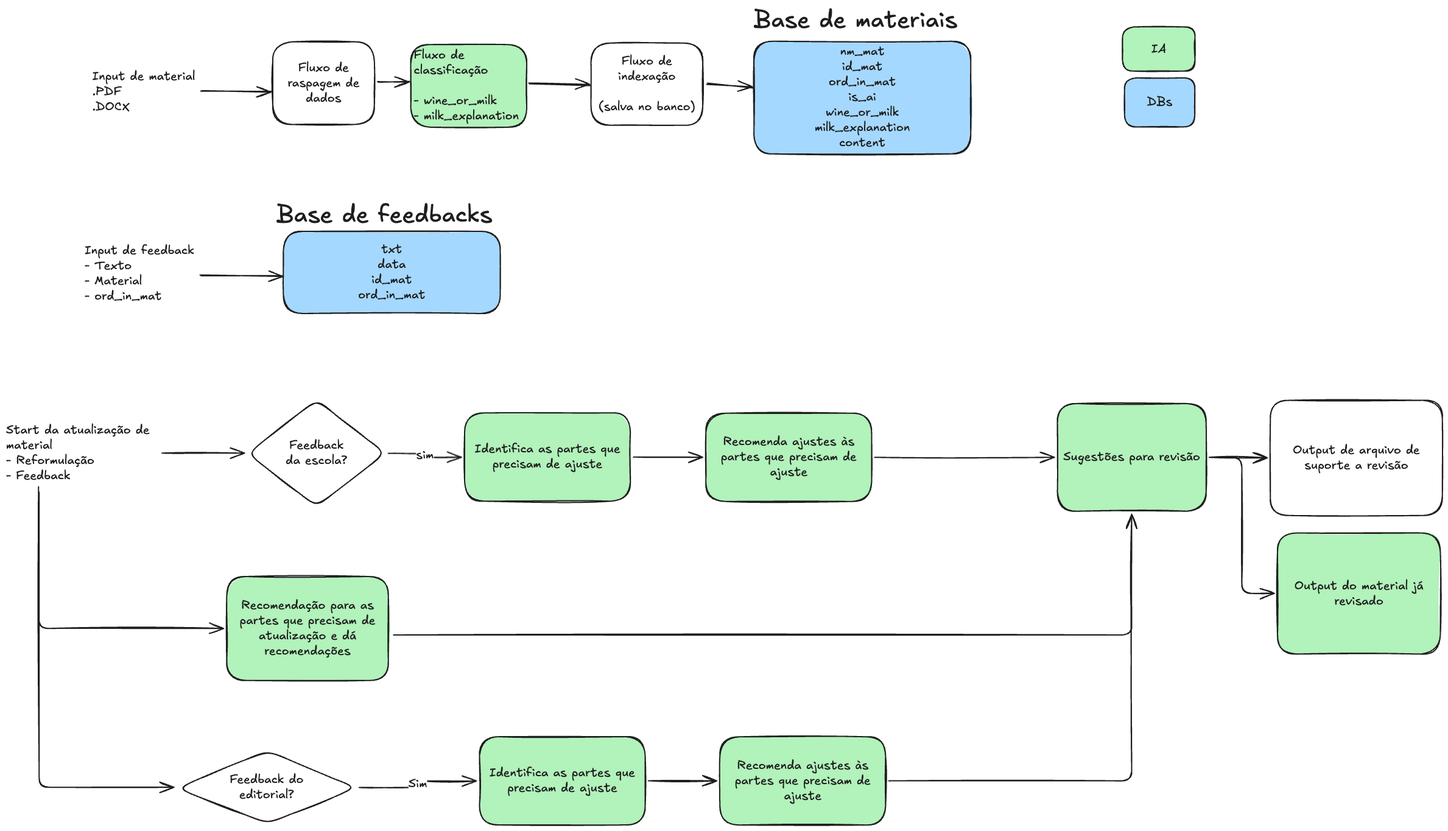
PatrickLdArco/hackathon-dsci-2025 keeps this Excalidraw diagram as images/fluxo.excalidraw.png. Above is the earlier version. Source tidied: one line per element, renumbered; positions are measured from the earlier drawing's top-left corner, leaving out a move shared by most shapes.
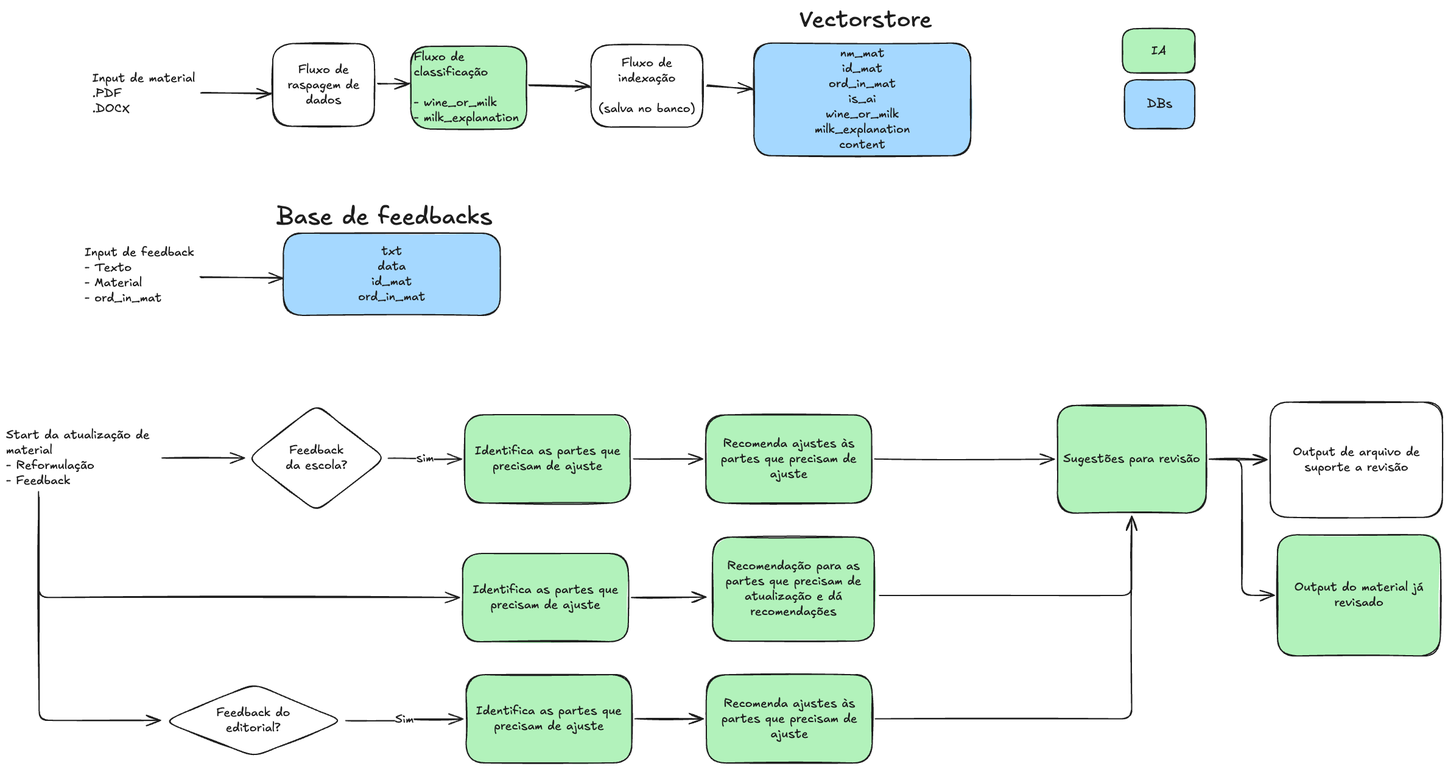
The same file after the commit.

The edit, as a diff of the source:
```diff
@@ -1,6 +1,6 @@
 {"id": 0, "type": "rectangle", "strokeColor": "#1e1e1e", "backgroundColor": "#a5d8ff", "fillStyle": "solid", "strokeWidth": 2, "roughness": 1, "round": true, "x": 1228, "y": 58, "width": 356, "height": 185}
 {"id": 1, "type": "text", "text": "nm_mat\nid_mat\nord_in_mat\nis_ai\nwine_or_milk\nmilk_explanation\ncontent", "strokeColor": "#1e1e1e", "strokeWidth": 2, "roughness": 1, "fontSize": 20, "fontFamily": 5, "textAlign": "center", "verticalAlign": "middle", "inside": 0, "x": 1328, "y": 63, "width": 157, "height": 175}
-{"id": 2, "type": "text", "text": "Base de materiais", "strokeColor": "#1e1e1e", "strokeWidth": 2, "roughness": 1, "fontSize": 38.41, "fontFamily": 5, "x": 1227, "y": 0, "width": 348, "height": 48}
+{"id": 2, "type": "text", "text": "Vectorstore", "strokeColor": "#1e1e1e", "strokeWidth": 2, "roughness": 1, "fontSize": 37.64, "fontFamily": 5, "textAlign": "center", "x": 1241, "y": -3, "width": 341, "height": 47}
 {"id": 3, "type": "text", "text": "Input de material\n.PDF\n.DOCX", "strokeColor": "#1e1e1e", "strokeWidth": 2, "roughness": 1, "fontSize": 20, "fontFamily": 5, "x": 141, "y": 103, "width": 169, "height": 75}
 {"id": 4, "type": "rectangle", "strokeColor": "#1e1e1e", "strokeWidth": 2, "roughness": 1, "round": true, "x": 438, "y": 59, "width": 167, "height": 136}
 {"id": 5, "type": "text", "text": "Fluxo de\nraspagem de\ndados", "strokeColor": "#1e1e1e", "strokeWidth": 2, "roughness": 1, "fontSize": 20, "fontFamily": 5, "textAlign": "center", "verticalAlign": "middle", "inside": 4, "x": 462, "y": 89, "width": 118, "height": 75}
@@ -21,13 +21,13 @@
 {"id": 20, "type": "text", "text": "IA", "strokeColor": "#1e1e1e", "backgroundColor": "#b2f2bb", "fillStyle": "solid", "strokeWidth": 2, "roughness": 1, "fontSize": 20, "fontFamily": 5, "textAlign": "center", "verticalAlign": "middle", "inside": 19, "x": 1881, "y": 58, "width": 24, "height": 25}
 {"id": 21, "type": "rectangle", "strokeColor": "#1e1e1e", "backgroundColor": "#a5d8ff", "fillStyle": "solid", "strokeWidth": 2, "roughness": 1, "round": true, "x": 1837, "y": 118, "width": 115, "height": 81}
 {"id": 22, "type": "text", "text": "DBs", "strokeColor": "#1e1e1e", "backgroundColor": "#b2f2bb", "fillStyle": "solid", "strokeWidth": 2, "roughness": 1, "fontSize": 20, "fontFamily": 5, "textAlign": "center", "verticalAlign": "middle", "inside": 21, "x": 1874, "y": 146, "width": 42, "height": 25}
-{"id": 23, "type": "text", "text": "Start da atualização de\nmaterial\n- Reformulação\n- Feedback", "strokeColor": "#1e1e1e", "backgroundColor": "#a5d8ff", "fillStyle": "solid", "strokeWidth": 2, "roughness": 1, "fontSize": 20, "fontFamily": 5, "x": 0, "y": 684, "width": 251, "height": 100}
+{"id": 23, "type": "text", "text": "Start da atualização de\nmaterial\n- Reformulação\n- Feedback", "strokeColor": "#1e1e1e", "backgroundColor": "#a5d8ff", "fillStyle": "solid", "strokeWidth": 2, "roughness": 1, "fontSize": 20, "fontFamily": 5, "x": 0, "y": 689, "width": 251, "height": 100}
-{"id": 24, "type": "diamond", "strokeColor": "#1e1e1e", "strokeWidth": 2, "roughness": 1, "round": true, "x": 397, "y": 647, "width": 226, "height": 175}
+{"id": 24, "type": "diamond", "strokeColor": "#1e1e1e", "strokeWidth": 2, "roughness": 1, "round": true, "x": 397, "y": 652, "width": 226, "height": 175}
-{"id": 25, "type": "text", "text": "Feedback\nda escola?", "strokeColor": "#1e1e1e", "backgroundColor": "#a5d8ff", "fillStyle": "solid", "strokeWidth": 2, "roughness": 1, "fontSize": 20, "fontFamily": 5, "textAlign": "center", "verticalAlign": "middle", "inside": 24, "x": 459, "y": 710, "width": 101, "height": 50}
+{"id": 25, "type": "text", "text": "Feedback\nda escola?", "strokeColor": "#1e1e1e", "backgroundColor": "#a5d8ff", "fillStyle": "solid", "strokeWidth": 2, "roughness": 1, "fontSize": 20, "fontFamily": 5, "textAlign": "center", "verticalAlign": "middle", "inside": 24, "x": 459, "y": 715, "width": 101, "height": 50}
-{"id": 26, "type": "rectangle", "strokeColor": "#1e1e1e", "backgroundColor": "#b2f2bb", "fillStyle": "solid", "strokeWidth": 2, "roughness": 1, "round": true, "x": 362, "y": 937, "width": 265, "height": 171}
+{"id": 26, "type": "rectangle", "strokeColor": "#1e1e1e", "backgroundColor": "#b2f2bb", "fillStyle": "solid", "strokeWidth": 2, "roughness": 1, "round": true, "x": 1160, "y": 869, "width": 265, "height": 171}
-{"id": 27, "type": "text", "text": "Recomendação para as\npartes que precisam de\natualização e dá\nrecomendações", "strokeColor": "#1e1e1e", "strokeWidth": 2, "roughness": 1, "fontSize": 20, "fontFamily": 5, "textAlign": "center", "verticalAlign": "middle", "inside": 26, "x": 384, "y": 972, "width": 223, "height": 100}
+{"id": 27, "type": "text", "text": "Recomendação para as\npartes que precisam de\natualização e dá\nrecomendações", "strokeColor": "#1e1e1e", "strokeWidth": 2, "roughness": 1, "fontSize": 20, "fontFamily": 5, "textAlign": "center", "verticalAlign": "middle", "inside": 26, "x": 1182, "y": 905, "width": 223, "height": 100}
 {"id": 28, "type": "rectangle", "strokeColor": "#1e1e1e", "backgroundColor": "#b2f2bb", "fillStyle": "solid", "strokeWidth": 2, "roughness": 1, "round": true, "x": 1149, "y": 669, "width": 272, "height": 145}
-{"id": 29, "type": "text", "text": "Recomenda ajustes às\npartes que precisam de\najuste", "strokeColor": "#1e1e1e", "backgroundColor": "#b2f2bb", "fillStyle": "solid", "strokeWidth": 2, "roughness": 1, "fontSize": 20, "fontFamily": 5, "textAlign": "center", "verticalAlign": "middle", "inside": 28, "x": 1174, "y": 704, "width": 223, "height": 75}
+{"id": 29, "type": "text", "text": "Recomenda ajustes às\npartes que precisam de\najuste", "strokeColor": "#1e1e1e", "backgroundColor": "#b2f2bb", "fillStyle": "solid", "strokeWidth": 2, "roughness": 1, "fontSize": 20, "fontFamily": 5, "textAlign": "center", "verticalAlign": "middle", "inside": 28, "x": 1174, "y": 703, "width": 223, "height": 75}
 {"id": 30, "type": "rectangle", "strokeColor": "#1e1e1e", "backgroundColor": "#b2f2bb", "fillStyle": "solid", "strokeWidth": 2, "roughness": 1, "round": true, "x": 1727, "y": 653, "width": 244, "height": 177}
 {"id": 31, "type": "text", "text": "Sugestões para revisão", "strokeColor": "#1e1e1e", "backgroundColor": "#b2f2bb", "fillStyle": "solid", "strokeWidth": 2, "roughness": 1, "fontSize": 20, "fontFamily": 5, "textAlign": "center", "verticalAlign": "middle", "inside": 30, "x": 1736, "y": 729, "width": 225, "height": 25}
 {"id": 32, "type": "rectangle", "strokeColor": "#1e1e1e", "strokeWidth": 2, "roughness": 1, "round": true, "x": 2076, "y": 648, "width": 283, "height": 189}
@@ -37,22 +37,25 @@
 {"id": 36, "type": "arrow", "strokeColor": "#1e1e1e", "backgroundColor": "#b2f2bb", "fillStyle": "solid", "strokeWidth": 2, "roughness": 1, "endArrowhead": "arrow", "from": 30, "to": 32, "x": 1976, "y": 741, "width": 95, "height": 1, "points": [[0, 0], [95, 1]]}
 {"id": 37, "type": "arrow", "strokeColor": "#1e1e1e", "backgroundColor": "#b2f2bb", "fillStyle": "solid", "strokeWidth": 2, "roughness": 1, "endArrowhead": "arrow", "from": 30, "to": 34, "x": 1976, "y": 741, "width": 107, "height": 224, "points": [[0, 0], [54, 0], [54, 224], [107, 224]]}
 {"id": 38, "type": "rectangle", "strokeColor": "#1e1e1e", "backgroundColor": "#b2f2bb", "fillStyle": "solid", "strokeWidth": 2, "roughness": 1, "round": true, "x": 753, "y": 668, "width": 272, "height": 145}
-{"id": 39, "type": "text", "text": "Identifica as partes que\nprecisam de ajuste", "strokeColor": "#1e1e1e", "backgroundColor": "#b2f2bb", "fillStyle": "solid", "strokeWidth": 2, "roughness": 1, "fontSize": 20, "fontFamily": 5, "textAlign": "center", "verticalAlign": "middle", "inside": 38, "x": 769, "y": 716, "width": 239, "height": 50}
+{"id": 39, "type": "text", "text": "Identifica as partes que\nprecisam de ajuste", "strokeColor": "#1e1e1e", "backgroundColor": "#b2f2bb", "fillStyle": "solid", "strokeWidth": 2, "roughness": 1, "fontSize": 20, "fontFamily": 5, "textAlign": "center", "verticalAlign": "middle", "inside": 38, "x": 770, "y": 716, "width": 239, "height": 50}
 {"id": 40, "type": "arrow", "strokeColor": "#1e1e1e", "backgroundColor": "#b2f2bb", "fillStyle": "solid", "strokeWidth": 2, "roughness": 1, "endArrowhead": "arrow", "from": 38, "to": 28, "x": 1030, "y": 741, "width": 114, "height": 0, "points": [[0, 0], [114, 0]]}
-{"id": 41, "type": "arrow", "strokeColor": "#1e1e1e", "backgroundColor": "#b2f2bb", "fillStyle": "solid", "strokeWidth": 2, "roughness": 1, "endArrowhead": "arrow", "from": 23, "to": 26, "x": 53, "y": 789, "width": 304, "height": 233, "points": [[0, 0], [0, 233], [304, 233]]}
+{"id": 41, "type": "arrow", "strokeColor": "#1e1e1e", "backgroundColor": "#b2f2bb", "fillStyle": "solid", "strokeWidth": 2, "roughness": 1, "endArrowhead": "arrow", "from": 23, "to": 58, "x": 53, "y": 794, "width": 691, "height": 174, "points": [[0, 0], [0, 174], [691, 174]]}
 {"id": 42, "type": "arrow", "strokeColor": "#1e1e1e", "backgroundColor": "#b2f2bb", "fillStyle": "solid", "strokeWidth": 2, "roughness": 1, "endArrowhead": "arrow", "from": 28, "to": 30, "x": 1426, "y": 741, "width": 295, "height": 0, "points": [[0, 0], [295, 0]]}
-{"id": 43, "type": "arrow", "strokeColor": "#1e1e1e", "backgroundColor": "#b2f2bb", "fillStyle": "solid", "strokeWidth": 2, "roughness": 1, "endArrowhead": "arrow", "from": 23, "to": 24, "x": 256, "y": 734, "width": 136, "height": 0, "points": [[0, 0], [136, 0]]}
+{"id": 43, "type": "arrow", "strokeColor": "#1e1e1e", "backgroundColor": "#b2f2bb", "fillStyle": "solid", "strokeWidth": 2, "roughness": 1, "endArrowhead": "arrow", "from": 23, "to": 24, "x": 256, "y": 739, "width": 136, "height": 0, "points": [[0, 0], [136, 0]]}
-{"id": 44, "type": "arrow", "strokeColor": "#1e1e1e", "backgroundColor": "#b2f2bb", "fillStyle": "solid", "strokeWidth": 2, "roughness": 1, "endArrowhead": "arrow", "from": 26, "to": 30, "x": 636, "y": 1033, "width": 1212, "height": 198, "points": [[0, 0], [1212, 0], [1212, -198]]}
+{"id": 44, "type": "arrow", "strokeColor": "#1e1e1e", "backgroundColor": "#b2f2bb", "fillStyle": "solid", "strokeWidth": 2, "roughness": 1, "endArrowhead": "arrow", "from": 26, "to": 30, "x": 1434, "y": 965, "width": 414, "height": 130, "points": [[0, 0], [414, 0], [414, -130]]}
-{"id": 45, "type": "arrow", "strokeColor": "#1e1e1e", "backgroundColor": "#b2f2bb", "fillStyle": "solid", "strokeWidth": 2, "roughness": 1, "endArrowhead": "arrow", "from": 24, "to": 38, "x": 628, "y": 734, "width": 120, "height": 6, "points": [[0, 0], [60, 0], [60, 6], [120, 6]]}
+{"id": 45, "type": "arrow", "strokeColor": "#1e1e1e", "backgroundColor": "#b2f2bb", "fillStyle": "solid", "strokeWidth": 2, "roughness": 1, "endArrowhead": "arrow", "from": 24, "to": 38, "x": 628, "y": 739, "width": 121, "height": 1, "points": [[0, 0], [60, 0], [60, 1], [121, 1]]}
 {"id": 46, "type": "text", "text": "sim", "strokeColor": "#1e1e1e", "backgroundColor": "#b2f2bb", "fillStyle": "solid", "strokeWidth": 2, "roughness": 1, "fontSize": 20, "fontFamily": 5, "textAlign": "center", "verticalAlign": "middle", "inside": 45, "x": 673, "y": 725, "width": 29, "height": 25}
-{"id": 47, "type": "diamond", "strokeColor": "#1e1e1e", "strokeWidth": 2, "roughness": 1, "round": true, "x": 281, "y": 1223, "width": 294, "height": 120}
+{"id": 47, "type": "diamond", "strokeColor": "#1e1e1e", "strokeWidth": 2, "roughness": 1, "round": true, "x": 259, "y": 1110, "width": 294, "height": 120}
-{"id": 48, "type": "text", "text": "Feedback do\neditorial?", "strokeColor": "#1e1e1e", "strokeWidth": 2, "roughness": 1, "fontSize": 20, "fontFamily": 5, "textAlign": "center", "verticalAlign": "middle", "inside": 47, "x": 367, "y": 1258, "width": 121, "height": 50}
+{"id": 48, "type": "text", "text": "Feedback do\neditorial?", "strokeColor": "#1e1e1e", "strokeWidth": 2, "roughness": 1, "fontSize": 20, "fontFamily": 5, "textAlign": "center", "verticalAlign": "middle", "inside": 47, "x": 345, "y": 1145, "width": 121, "height": 50}
-{"id": 49, "type": "rectangle", "strokeColor": "#1e1e1e", "backgroundColor": "#b2f2bb", "fillStyle": "solid", "strokeWidth": 2, "roughness": 1, "round": true, "x": 1172, "y": 1200, "width": 272, "height": 145}
+{"id": 49, "type": "rectangle", "strokeColor": "#1e1e1e", "backgroundColor": "#b2f2bb", "fillStyle": "solid", "strokeWidth": 2, "roughness": 1, "round": true, "x": 1150, "y": 1095, "width": 272, "height": 145}
-{"id": 50, "type": "text", "text": "Recomenda ajustes às\npartes que precisam de\najuste", "strokeColor": "#1e1e1e", "backgroundColor": "#b2f2bb", "fillStyle": "solid", "strokeWidth": 2, "roughness": 1, "fontSize": 20, "fontFamily": 5, "textAlign": "center", "verticalAlign": "middle", "inside": 49, "x": 1197, "y": 1235, "width": 223, "height": 75}
+{"id": 50, "type": "text", "text": "Recomenda ajustes às\npartes que precisam de\najuste", "strokeColor": "#1e1e1e", "backgroundColor": "#b2f2bb", "fillStyle": "solid", "strokeWidth": 2, "roughness": 1, "fontSize": 20, "fontFamily": 5, "textAlign": "center", "verticalAlign": "middle", "inside": 49, "x": 1175, "y": 1130, "width": 223, "height": 75}
-{"id": 51, "type": "rectangle", "strokeColor": "#1e1e1e", "backgroundColor": "#b2f2bb", "fillStyle": "solid", "strokeWidth": 2, "roughness": 1, "round": true, "x": 777, "y": 1200, "width": 272, "height": 145}
+{"id": 51, "type": "rectangle", "strokeColor": "#1e1e1e", "backgroundColor": "#b2f2bb", "fillStyle": "solid", "strokeWidth": 2, "roughness": 1, "round": true, "x": 755, "y": 1095, "width": 272, "height": 145}
-{"id": 52, "type": "text", "text": "Identifica as partes que\nprecisam de ajuste", "strokeColor": "#1e1e1e", "backgroundColor": "#b2f2bb", "fillStyle": "solid", "strokeWidth": 2, "roughness": 1, "fontSize": 20, "fontFamily": 5, "textAlign": "center", "verticalAlign": "middle", "inside": 51, "x": 794, "y": 1248, "width": 239, "height": 50}
+{"id": 52, "type": "text", "text": "Identifica as partes que\nprecisam de ajuste", "strokeColor": "#1e1e1e", "backgroundColor": "#b2f2bb", "fillStyle": "solid", "strokeWidth": 2, "roughness": 1, "fontSize": 20, "fontFamily": 5, "textAlign": "center", "verticalAlign": "middle", "inside": 51, "x": 772, "y": 1143, "width": 239, "height": 50}
-{"id": 53, "type": "arrow", "strokeColor": "#1e1e1e", "backgroundColor": "#b2f2bb", "fillStyle": "solid", "strokeWidth": 2, "roughness": 1, "endArrowhead": "arrow", "from": 51, "to": 49, "x": 1055, "y": 1272, "width": 113, "height": 0, "points": [[0, 0], [113, 0]]}
+{"id": 53, "type": "arrow", "strokeColor": "#1e1e1e", "backgroundColor": "#b2f2bb", "fillStyle": "solid", "strokeWidth": 2, "roughness": 1, "endArrowhead": "arrow", "from": 51, "to": 49, "x": 1033, "y": 1167, "width": 113, "height": 0, "points": [[0, 0], [113, 0]]}
-{"id": 54, "type": "arrow", "strokeColor": "#1e1e1e", "strokeWidth": 2, "roughness": 1, "endArrowhead": "arrow", "from": 47, "to": 51, "x": 580, "y": 1283, "width": 193, "height": 11, "points": [[0, 0], [96, 0], [96, -11], [193, -11]]}
+{"id": 54, "type": "arrow", "strokeColor": "#1e1e1e", "strokeWidth": 2, "roughness": 1, "endArrowhead": "arrow", "from": 47, "to": 51, "x": 558, "y": 1170, "width": 193, "height": 3, "points": [[0, 0], [96, 0], [96, -3], [193, -3]]}
-{"id": 55, "type": "text", "text": "Sim", "strokeColor": "#1e1e1e", "strokeWidth": 2, "roughness": 1, "fontSize": 20, "fontFamily": 5, "textAlign": "center", "verticalAlign": "middle", "inside": 54, "x": 660, "y": 1265, "width": 31, "height": 25}
+{"id": 55, "type": "text", "text": "Sim", "strokeColor": "#1e1e1e", "strokeWidth": 2, "roughness": 1, "fontSize": 20, "fontFamily": 5, "textAlign": "center", "verticalAlign": "middle", "inside": 54, "x": 638, "y": 1160, "width": 31, "height": 25}
-{"id": 56, "type": "arrow", "strokeColor": "#1e1e1e", "strokeWidth": 2, "roughness": 1, "endArrowhead": "arrow", "from": 23, "to": 47, "x": 54, "y": 799, "width": 221, "height": 484, "points": [[0, 0], [0, 484], [221, 484]]}
+{"id": 56, "type": "arrow", "strokeColor": "#1e1e1e", "strokeWidth": 2, "roughness": 1, "endArrowhead": "arrow", "from": 23, "to": 47, "x": 54, "y": 804, "width": 199, "height": 366, "points": [[0, 0], [0, 366], [199, 366]]}
-{"id": 57, "type": "arrow", "strokeColor": "#1e1e1e", "strokeWidth": 2, "roughness": 1, "endArrowhead": "arrow", "from": 49, "to": 30, "x": 1449, "y": 1273, "width": 399, "height": 438, "points": [[0, 0], [399, 0], [399, -438]]}
+{"id": 57, "type": "arrow", "strokeColor": "#1e1e1e", "strokeWidth": 2, "roughness": 1, "endArrowhead": "arrow", "from": 49, "to": 30, "x": 1427, "y": 1168, "width": 421, "height": 333, "points": [[0, 0], [421, 0], [421, -333]]}
+{"id": 58, "type": "rectangle", "strokeColor": "#1e1e1e", "backgroundColor": "#b2f2bb", "fillStyle": "solid", "strokeWidth": 2, "roughness": 1, "round": true, "x": 750, "y": 896, "width": 272, "height": 145}
+{"id": 59, "type": "text", "text": "Identifica as partes que\nprecisam de ajuste", "strokeColor": "#1e1e1e", "backgroundColor": "#b2f2bb", "fillStyle": "solid", "strokeWidth": 2, "roughness": 1, "fontSize": 20, "fontFamily": 5, "textAlign": "center", "verticalAlign": "middle", "inside": 58, "x": 766, "y": 944, "width": 239, "height": 50}
+{"id": 60, "type": "arrow", "strokeColor": "#1e1e1e", "strokeWidth": 2, "roughness": 1, "endArrowhead": "arrow", "from": 58, "to": 26, "x": 1027, "y": 968, "width": 123, "height": 1, "points": [[0, 0], [123, -1]]}
```
